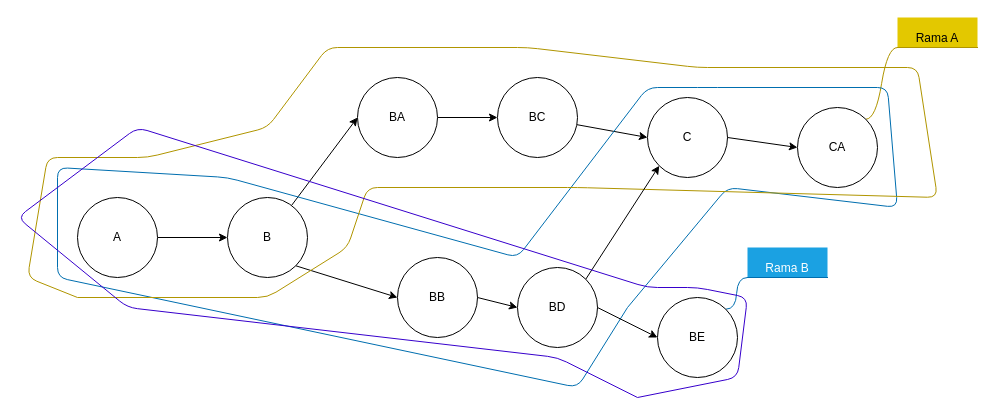
Calcoph/aprende-git keeps this draw.io diagram as page "3" (1 of 3) of diagramas/merge.drawio. Above is the earlier version. Source tidied: cells renumbered, new cells numbered last; positions are measured from the earlier drawing's top-left corner, leaving out a move shared by most shapes. Both pictures are drawn from the tidied source at 100%, with x=0, y=0 at pixel (17, 17).
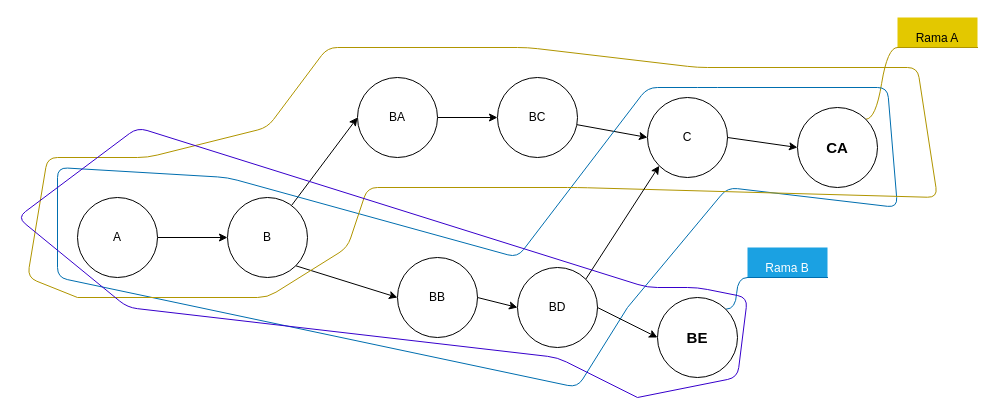
After the change.

Change to the diagram source:
```diff
@@
-    <mxCell id="22" value="BE" style="ellipse;whiteSpace=wrap;html=1;" parent="1" vertex="1">
+    <mxCell id="22" value="BE" style="ellipse;whiteSpace=wrap;html=1;fontStyle=1;fontSize=15;" parent="1" vertex="1">
       <mxGeometry x="640" y="280" width="80" height="80" as="geometry" />
     </mxCell>
-    <mxCell id="23" value="CA" style="ellipse;whiteSpace=wrap;html=1;" parent="1" vertex="1">
+    <mxCell id="23" value="CA" style="ellipse;whiteSpace=wrap;html=1;fontStyle=1;fontSize=15;" parent="1" vertex="1">
       <mxGeometry x="780" y="90" width="80" height="80" as="geometry" />
     </mxCell>
```
